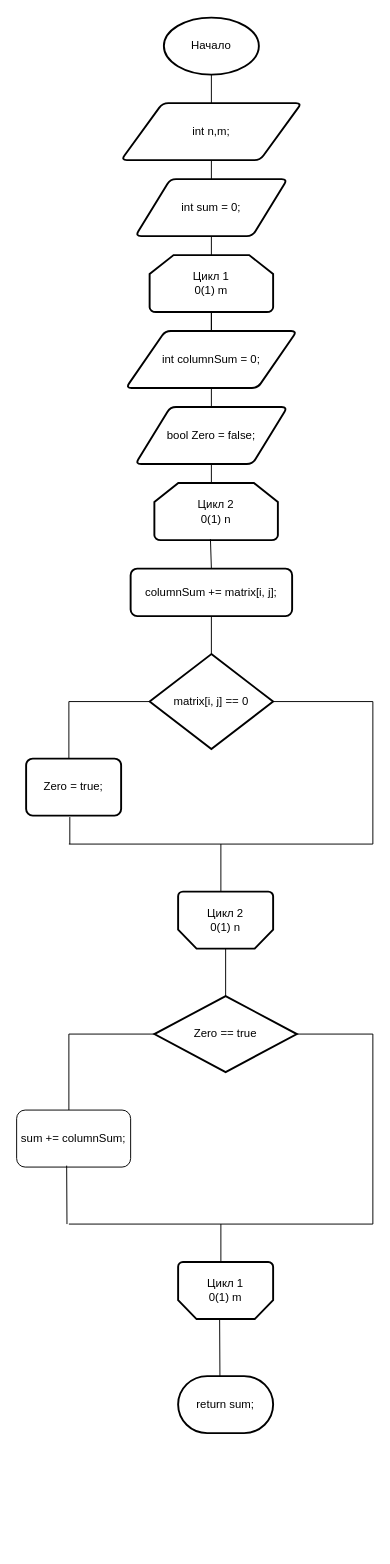
Above: блок-схема пр1.drawio in allwhite52/pr1_isrpo_konnov (draw.io), before the change. Source tidied: cells renumbered, new cells numbered last; positions are measured from the earlier drawing's top-left corner, leaving out a move shared by most shapes. Both pictures are drawn from the tidied source at 95%, with x=0, y=0 at pixel (16, 17).
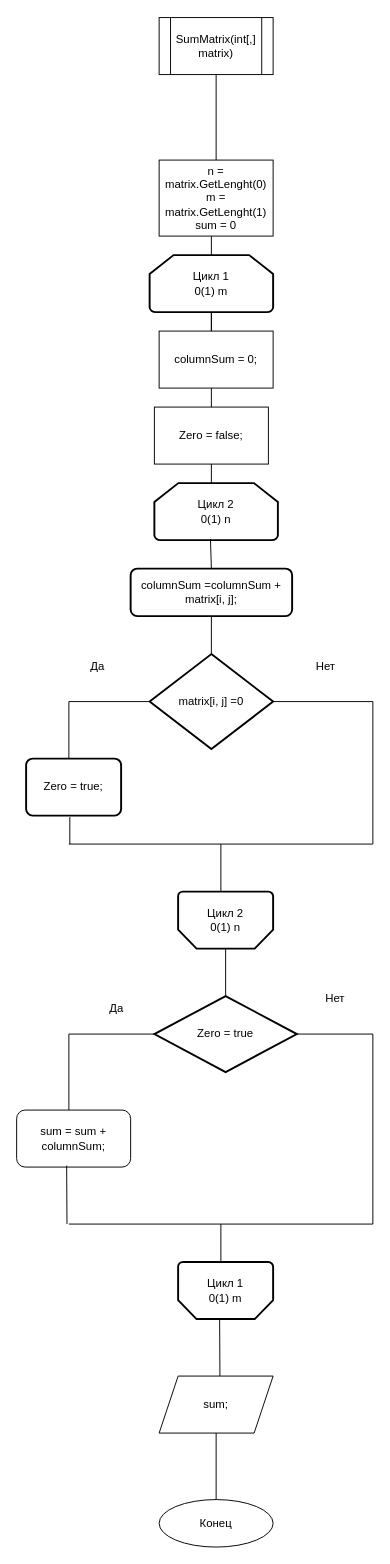
After the change.

Change to the diagram source:
```diff
@@
-    <mxCell id="2" value="Начало" style="strokeWidth=2;html=1;shape=mxgraph.flowchart.start_1;whiteSpace=wrap;" parent="1" vertex="1">
-      <mxGeometry x="155" width="100" height="60" as="geometry" />
-    </mxCell>
-    <mxCell id="3" style="endArrow=none;html=1;rounded=0;entryX=0.5;entryY=1;entryDx=0;entryDy=0;entryPerimeter=0;" parent="1" edge="1" target="2">
-      <mxGeometry relative="1" as="geometry">
-        <mxPoint x="205" y="130" as="sourcePoint" />
-      </mxGeometry>
-    </mxCell>
-    <mxCell id="4" value="int n,m;" style="shape=parallelogram;html=1;strokeWidth=2;perimeter=parallelogramPerimeter;whiteSpace=wrap;rounded=1;arcSize=12;size=0.23;" parent="1" vertex="1">
-      <mxGeometry x="110" y="90" width="190" height="60" as="geometry" />
-    </mxCell>
-    <mxCell id="5" value="int sum = 0;" style="shape=parallelogram;html=1;strokeWidth=2;perimeter=parallelogramPerimeter;whiteSpace=wrap;rounded=1;arcSize=12;size=0.23;" parent="1" vertex="1">
-      <mxGeometry x="125" y="170" width="160" height="60" as="geometry" />
-    </mxCell>
-    <mxCell id="6" style="endArrow=none;html=1;rounded=0;entryX=0.5;entryY=1;entryDx=0;entryDy=0;" parent="1" edge="1" target="5">
+    <mxCell id="6" style="endArrow=none;html=1;rounded=0;entryX=0.5;entryY=1;entryDx=0;entryDy=0;" parent="1" edge="1">
       <mxGeometry relative="1" as="geometry">
         <mxPoint x="205" y="380" as="sourcePoint" />
+        <mxPoint x="205" y="230" as="targetPoint" />
       </mxGeometry>
     </mxCell>
@@
-    <mxCell id="9" value="int columnSum = 0;" style="shape=parallelogram;html=1;strokeWidth=2;perimeter=parallelogramPerimeter;whiteSpace=wrap;rounded=1;arcSize=12;size=0.23;" parent="1" vertex="1">
-      <mxGeometry x="115" y="330" width="180" height="60" as="geometry" />
-    </mxCell>
-    <mxCell id="10" value="bool Zero = false;" style="shape=parallelogram;html=1;strokeWidth=2;perimeter=parallelogramPerimeter;whiteSpace=wrap;rounded=1;arcSize=12;size=0.23;" parent="1" vertex="1">
-      <mxGeometry x="125" y="410" width="160" height="60" as="geometry" />
-    </mxCell>
@@
-    <mxCell id="12" value="columnSum += matrix[i, j];" style="rounded=1;whiteSpace=wrap;html=1;absoluteArcSize=1;arcSize=14;strokeWidth=2;" parent="1" vertex="1">
+    <mxCell id="12" value="columnSum =columnSum + matrix[i, j];" style="rounded=1;whiteSpace=wrap;html=1;absoluteArcSize=1;arcSize=14;strokeWidth=2;" parent="1" vertex="1">
       <mxGeometry x="120" y="580" width="170" height="50" as="geometry" />
     </mxCell>
-    <mxCell id="13" value="matrix[i, j] == 0" style="strokeWidth=2;html=1;shape=mxgraph.flowchart.decision;whiteSpace=wrap;" parent="1" vertex="1">
+    <mxCell id="13" value="matrix[i, j] =0" style="strokeWidth=2;html=1;shape=mxgraph.flowchart.decision;whiteSpace=wrap;" parent="1" vertex="1">
       <mxGeometry x="140" y="670" width="130" height="100" as="geometry" />
     </mxCell>
@@
-    <mxCell id="16" style="endArrow=none;html=1;rounded=0;entryX=0.5;entryY=1;entryDx=0;entryDy=0;exitX=0.5;exitY=0;exitDx=0;exitDy=0;" parent="1" edge="1" source="5" target="4">
-      <mxGeometry relative="1" as="geometry" />
+    <mxCell id="16" style="endArrow=none;html=1;rounded=0;entryX=0.5;entryY=1;entryDx=0;entryDy=0;exitX=0.5;exitY=0;exitDx=0;exitDy=0;" parent="1" edge="1">
+      <mxGeometry relative="1" as="geometry">
+        <mxPoint x="205" y="170" as="sourcePoint" />
+        <mxPoint x="205" y="150" as="targetPoint" />
+      </mxGeometry>
     </mxCell>
@@
-    <mxCell id="27" value="Zero == true" style="strokeWidth=2;html=1;shape=mxgraph.flowchart.decision;whiteSpace=wrap;" parent="1" vertex="1">
+    <mxCell id="27" value="Zero = true" style="strokeWidth=2;html=1;shape=mxgraph.flowchart.decision;whiteSpace=wrap;" parent="1" vertex="1">
       <mxGeometry x="145" y="1030" width="150" height="80" as="geometry" />
     </mxCell>
@@
-    <mxCell id="31" value="sum += columnSum;" style="rounded=1;whiteSpace=wrap;html=1;" parent="1" vertex="1">
+    <mxCell id="31" value="sum = sum + columnSum;" style="rounded=1;whiteSpace=wrap;html=1;" parent="1" vertex="1">
       <mxGeometry y="1150" width="120" height="60" as="geometry" />
     </mxCell>
@@
-    <mxCell id="38" value="return sum;" style="strokeWidth=2;html=1;shape=mxgraph.flowchart.terminator;whiteSpace=wrap;" parent="1" vertex="1">
-      <mxGeometry x="170" y="1430" width="100" height="60" as="geometry" />
-    </mxCell>
+    <mxCell id="39" value="SumMatrix(int[,] matrix)" style="shape=process;whiteSpace=wrap;html=1;backgroundOutline=1;" parent="1" vertex="1">
+      <mxGeometry x="150" width="120" height="60" as="geometry" />
+    </mxCell>
+    <mxCell id="40" value="n = matrix.GetLenght(0)&lt;br&gt;m = matrix.GetLenght(1)&lt;br&gt;sum = 0" style="rounded=0;whiteSpace=wrap;html=1;" parent="1" vertex="1">
+      <mxGeometry x="150" y="150" width="120" height="80" as="geometry" />
+    </mxCell>
+    <mxCell id="41" style="endArrow=none;html=1;rounded=0;entryX=0.5;entryY=1;entryDx=0;entryDy=0;exitX=0.5;exitY=0;exitDx=0;exitDy=0;" parent="1" edge="1" source="40" target="39">
+      <mxGeometry relative="1" as="geometry" />
+    </mxCell>
+    <mxCell id="42" value="columnSum = 0;" style="rounded=0;whiteSpace=wrap;html=1;" parent="1" vertex="1">
+      <mxGeometry x="150" y="330" width="120" height="60" as="geometry" />
+    </mxCell>
+    <mxCell id="43" value="Zero = false;" style="rounded=0;whiteSpace=wrap;html=1;" parent="1" vertex="1">
+      <mxGeometry x="145" y="410" width="120" height="60" as="geometry" />
+    </mxCell>
+    <mxCell id="44" value="Да" style="text;html=1;align=center;verticalAlign=middle;strokeColor=none;fillColor=none;" parent="1" vertex="1">
+      <mxGeometry x="65" y="668" width="40" height="30" as="geometry" />
+    </mxCell>
+    <mxCell id="45" value="Нет" style="text;html=1;align=center;verticalAlign=middle;strokeColor=none;fillColor=none;" parent="1" vertex="1">
+      <mxGeometry x="305" y="668" width="40" height="30" as="geometry" />
+    </mxCell>
+    <mxCell id="46" value="Да" style="text;html=1;align=center;verticalAlign=middle;strokeColor=none;fillColor=none;" parent="1" vertex="1">
+      <mxGeometry x="85" y="1028" width="40" height="30" as="geometry" />
+    </mxCell>
+    <mxCell id="47" value="Нет" style="text;html=1;align=center;verticalAlign=middle;strokeColor=none;fillColor=none;" parent="1" vertex="1">
+      <mxGeometry x="315" y="1018" width="40" height="30" as="geometry" />
+    </mxCell>
+    <mxCell id="48" value="sum;" style="shape=parallelogram;perimeter=parallelogramPerimeter;whiteSpace=wrap;html=1;fixedSize=1;" parent="1" vertex="1">
+      <mxGeometry x="150" y="1430" width="120" height="60" as="geometry" />
+    </mxCell>
+    <mxCell id="49" style="endArrow=none;html=1;rounded=0;entryX=0.5;entryY=1;entryDx=0;entryDy=0;" parent="1" edge="1" target="48">
+      <mxGeometry relative="1" as="geometry">
+        <mxPoint x="210" y="1560" as="sourcePoint" />
+      </mxGeometry>
+    </mxCell>
+    <mxCell id="50" value="Конец" style="ellipse;whiteSpace=wrap;html=1;" parent="1" vertex="1">
+      <mxGeometry x="150" y="1560" width="120" height="50" as="geometry" />
+    </mxCell>
```
